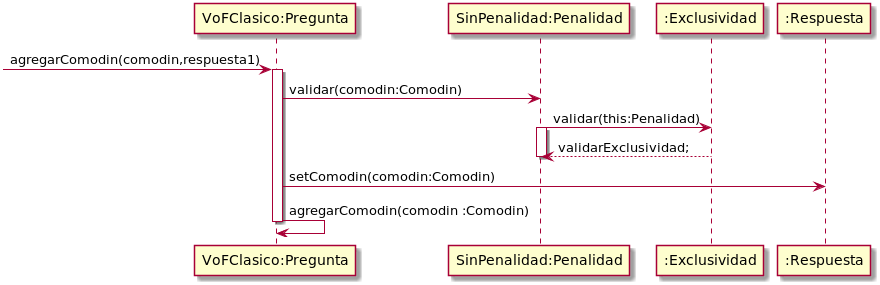
Before: src/main/java/edu/fiuba/algo3/Diagramas/png/DS/DSComodin3.png, a diagram exported from PlantUML (Alex1161/TP2).
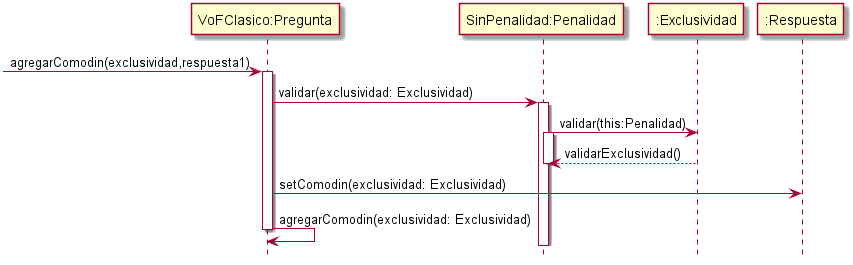
After the change.

Diff of the diagram source:
```diff
@@ -1,13 +1,14 @@
 @startuml
-[->"VoFClasico:Pregunta":agregarComodin(comodin,respuesta1)
+hide footbox
+[->"VoFClasico:Pregunta":agregarComodin(exclusividad,respuesta1)
 activate "VoFClasico:Pregunta"
-"VoFClasico:Pregunta" -> "SinPenalidad:Penalidad":validar(comodin:Comodin)
+"VoFClasico:Pregunta" -> "SinPenalidad:Penalidad" ++:validar(exclusividad: Exclusividad)
 "SinPenalidad:Penalidad"->":Exclusividad":validar(this:Penalidad)
 activate "SinPenalidad:Penalidad"
-":Exclusividad"-->"SinPenalidad:Penalidad":validarExclusividad;
+":Exclusividad"-->"SinPenalidad:Penalidad":validarExclusividad()
  deactivate "SinPenalidad:Penalidad"
- "VoFClasico:Pregunta"->":Respuesta":setComodin(comodin:Comodin)
-"VoFClasico:Pregunta" ->"VoFClasico:Pregunta" :agregarComodin(comodin :Comodin)
+ "VoFClasico:Pregunta"->":Respuesta":setComodin(exclusividad: Exclusividad)
+"VoFClasico:Pregunta" ->"VoFClasico:Pregunta" :agregarComodin(exclusividad: Exclusividad)
 deactivate "VoFClasico:Pregunta"
 
 @enduml
```
